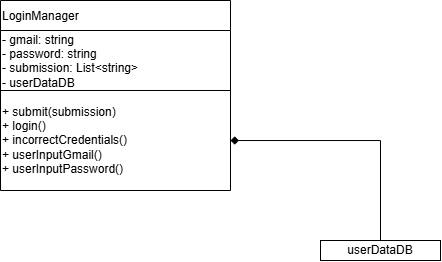
Before: 03_Team_Work/Team4/Milestone_4_Interfaces_and_Data_Structures/TeamQA/JA_M4_Team4_LoginManagerClassDiagram.drawio.png, a diagram exported from draw.io (JmmonJeremy/CareerBound-SDD). Source tidied: cells renumbered, new cells last; positions are measured from the earlier drawing's top-left corner, leaving out a move shared by most shapes. The source it was exported from:
```xml
<mxGraphModel>
  <root>
    <mxCell id="0" />
    <mxCell id="1" parent="0" />
    <mxCell id="2" value="LoginManager" style="shape=table;startSize=30;fixedHeader=1;align=left;" parent="1" vertex="1">
      <mxGeometry width="230" height="190" as="geometry" />
    </mxCell>
    <mxCell id="3" style="shape=tableRow;horizontal=0;startSize=0;swimlaneHead=0;swimlaneBody=0;strokeColor=inherit;top=0;left=0;bottom=0;right=0;fillColor=none;fixedHeader=1;" parent="2" vertex="1">
      <mxGeometry y="30" width="230" height="60" as="geometry" />
    </mxCell>
    <mxCell id="4" value="- gmail: string&lt;div&gt;- password: string&lt;/div&gt;&lt;div&gt;- submission: List&amp;lt;string&amp;gt;&lt;/div&gt;&lt;div&gt;- userDataDB&lt;/div&gt;" style="shape=partialRectangle;html=1;whiteSpace=wrap;strokeColor=inherit;overflow=hidden;fillColor=none;top=0;left=0;bottom=0;right=0;align=left;" parent="3" vertex="1">
      <mxGeometry width="230" height="60" as="geometry" />
    </mxCell>
    <mxCell id="5" style="shape=tableRow;horizontal=0;startSize=0;swimlaneHead=0;swimlaneBody=0;strokeColor=inherit;top=0;left=0;bottom=0;right=0;fillColor=none;points=[[0,0.5],[1,0.5]];portConstraint=eastwest;fixedHeader=1;" parent="2" vertex="1">
      <mxGeometry y="90" width="230" height="100" as="geometry" />
    </mxCell>
    <mxCell id="6" value="+ submit(submission)&lt;div&gt;+ login()&lt;/div&gt;&lt;div&gt;+ incorrectCredentials()&lt;/div&gt;&lt;div&gt;+ userInputGmail()&lt;/div&gt;&lt;div&gt;+ userInputPassword()&lt;/div&gt;" style="shape=partialRectangle;html=1;whiteSpace=wrap;strokeColor=inherit;overflow=hidden;fillColor=none;top=0;left=0;bottom=0;right=0;align=left;" parent="5" vertex="1">
      <mxGeometry width="230" height="100" as="geometry" />
    </mxCell>
    <mxCell id="7" style="edgeStyle=orthogonalEdgeStyle;rounded=0;jettySize=auto;html=1;startArrow=diamond;startFill=1;endArrow=none;endFill=0;" parent="1" edge="1" source="5">
      <mxGeometry relative="1" as="geometry">
        <mxPoint x="380" y="240" as="targetPoint" />
      </mxGeometry>
    </mxCell>
    <mxCell id="8" value="userDataDB" style="rounded=0;whiteSpace=wrap;html=1;" parent="1" vertex="1">
      <mxGeometry x="320" y="240" width="120" height="20" as="geometry" />
    </mxCell>
  </root>
</mxGraphModel>
```
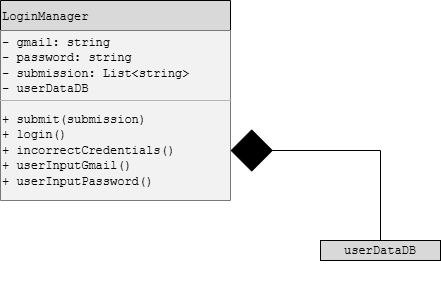
After the change.

Commit message:
Made the syle changes to my class diagrams

What changed in the source:
```diff
@@ -2,27 +2,27 @@
   <root>
     <mxCell id="0" />
     <mxCell id="1" parent="0" />
-    <mxCell id="2" value="LoginManager" style="shape=table;startSize=30;fixedHeader=1;align=left;" parent="1" vertex="1">
-      <mxGeometry width="230" height="190" as="geometry" />
+    <mxCell id="2" value="LoginManager" style="shape=table;startSize=30;fixedHeader=1;align=left;fillColor=#D9D9D9;fontFamily=Courier New;" parent="1" vertex="1">
+      <mxGeometry width="230" height="200" as="geometry" />
     </mxCell>
     <mxCell id="3" style="shape=tableRow;horizontal=0;startSize=0;swimlaneHead=0;swimlaneBody=0;strokeColor=inherit;top=0;left=0;bottom=0;right=0;fillColor=none;fixedHeader=1;" parent="2" vertex="1">
-      <mxGeometry y="30" width="230" height="60" as="geometry" />
+      <mxGeometry y="30" width="230" height="70" as="geometry" />
     </mxCell>
-    <mxCell id="4" value="- gmail: string&lt;div&gt;- password: string&lt;/div&gt;&lt;div&gt;- submission: List&amp;lt;string&amp;gt;&lt;/div&gt;&lt;div&gt;- userDataDB&lt;/div&gt;" style="shape=partialRectangle;html=1;whiteSpace=wrap;strokeColor=inherit;overflow=hidden;fillColor=none;top=0;left=0;bottom=0;right=0;align=left;" parent="3" vertex="1">
-      <mxGeometry width="230" height="60" as="geometry" />
+    <mxCell id="4" value="&lt;font face=&quot;Courier New&quot;&gt;- gmail: string&lt;/font&gt;&lt;div&gt;&lt;font face=&quot;Courier New&quot;&gt;- password: string&lt;/font&gt;&lt;/div&gt;&lt;div&gt;&lt;font face=&quot;Courier New&quot;&gt;- submission: List&amp;lt;string&amp;gt;&lt;/font&gt;&lt;/div&gt;&lt;div&gt;&lt;font face=&quot;Courier New&quot;&gt;- userDataDB&lt;/font&gt;&lt;/div&gt;" style="shape=partialRectangle;html=1;whiteSpace=wrap;strokeColor=inherit;overflow=hidden;fillColor=#F2F2F2;top=0;left=0;bottom=0;right=0;align=left;" parent="3" vertex="1">
+      <mxGeometry width="230" height="70" as="geometry" />
     </mxCell>
     <mxCell id="5" style="shape=tableRow;horizontal=0;startSize=0;swimlaneHead=0;swimlaneBody=0;strokeColor=inherit;top=0;left=0;bottom=0;right=0;fillColor=none;points=[[0,0.5],[1,0.5]];portConstraint=eastwest;fixedHeader=1;" parent="2" vertex="1">
-      <mxGeometry y="90" width="230" height="100" as="geometry" />
+      <mxGeometry y="100" width="230" height="100" as="geometry" />
     </mxCell>
-    <mxCell id="6" value="+ submit(submission)&lt;div&gt;+ login()&lt;/div&gt;&lt;div&gt;+ incorrectCredentials()&lt;/div&gt;&lt;div&gt;+ userInputGmail()&lt;/div&gt;&lt;div&gt;+ userInputPassword()&lt;/div&gt;" style="shape=partialRectangle;html=1;whiteSpace=wrap;strokeColor=inherit;overflow=hidden;fillColor=none;top=0;left=0;bottom=0;right=0;align=left;" parent="5" vertex="1">
+    <mxCell id="6" value="&lt;font face=&quot;Courier New&quot;&gt;+ submit(submission)&lt;/font&gt;&lt;div&gt;&lt;font face=&quot;Courier New&quot;&gt;+ login()&lt;/font&gt;&lt;/div&gt;&lt;div&gt;&lt;font face=&quot;Courier New&quot;&gt;+ incorrectCredentials()&lt;/font&gt;&lt;/div&gt;&lt;div&gt;&lt;font face=&quot;Courier New&quot;&gt;+ userInputGmail()&lt;/font&gt;&lt;/div&gt;&lt;div&gt;&lt;font face=&quot;Courier New&quot;&gt;+ userInputPassword()&lt;/font&gt;&lt;/div&gt;" style="shape=partialRectangle;html=1;whiteSpace=wrap;strokeColor=inherit;overflow=hidden;fillColor=#F2F2F2;top=0;left=0;bottom=0;right=0;align=left;" parent="5" vertex="1">
       <mxGeometry width="230" height="100" as="geometry" />
     </mxCell>
-    <mxCell id="7" style="edgeStyle=orthogonalEdgeStyle;rounded=0;jettySize=auto;html=1;startArrow=diamond;startFill=1;endArrow=none;endFill=0;" parent="1" edge="1" source="5">
+    <mxCell id="7" style="edgeStyle=orthogonalEdgeStyle;rounded=0;jettySize=auto;html=1;startArrow=diamond;startFill=1;endArrow=none;endFill=0;startSize=40;" parent="1" edge="1" source="5">
       <mxGeometry relative="1" as="geometry">
         <mxPoint x="380" y="240" as="targetPoint" />
       </mxGeometry>
     </mxCell>
-    <mxCell id="8" value="userDataDB" style="rounded=0;whiteSpace=wrap;html=1;" parent="1" vertex="1">
+    <mxCell id="8" value="&lt;font face=&quot;Courier New&quot;&gt;userDataDB&lt;/font&gt;" style="rounded=0;whiteSpace=wrap;html=1;fillColor=#D9D9D9;" parent="1" vertex="1">
       <mxGeometry x="320" y="240" width="120" height="20" as="geometry" />
     </mxCell>
   </root>
```
